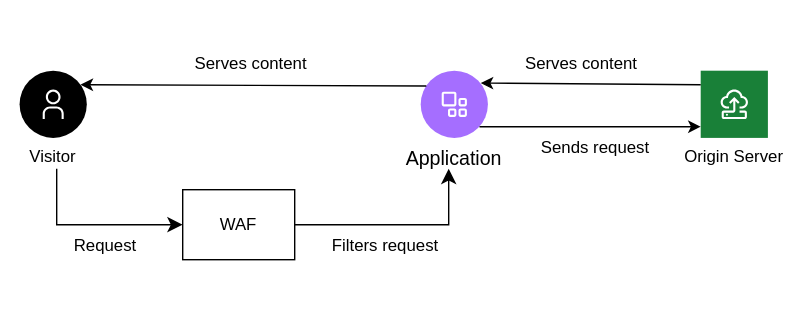
Before: images/ddos-waf.svg, a diagram exported from draw.io (ibm-cloud-docs/cis). Source tidied: cells renumbered, new cells last; positions are measured from the earlier drawing's top-left corner, leaving out a move shared by most shapes.
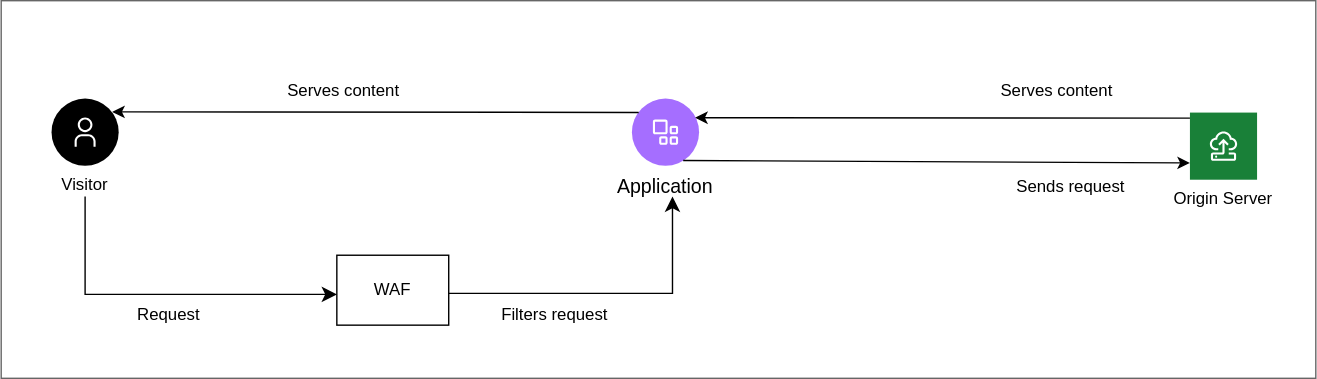
Later version of the same file.

Diff of the diagram source:
```diff
@@ -2,84 +2,80 @@
   <root>
     <mxCell id="0" />
     <mxCell id="1" parent="0" />
-    <mxCell id="2" style="rounded=0;whiteSpace=wrap;html=1;fillColor=default;strokeColor=none;" parent="1" vertex="1">
-      <mxGeometry width="570" height="235" as="geometry" />
-    </mxCell>
+    <mxCell id="21" style="rounded=0;whiteSpace=wrap;html=1;strokeColor=#666666;" parent="1" vertex="1">
+      <mxGeometry x="2210" y="-4190" width="940" height="270" as="geometry" />
+    </mxCell>
     <mxCell id="3" value="Visitor" style="shape=ellipse;fillColor=#000000;labelPosition=center;verticalLabelPosition=bottom;align=center;verticalAlign=top;strokeColor=none;fontSize=12;" parent="1" vertex="1">
-      <mxGeometry x="13.5" y="50" width="48" height="48" as="geometry" />
+      <mxGeometry x="2246" y="-4120" width="48" height="48" as="geometry" />
     </mxCell>
-    <mxCell id="4" style="fillColor=#ffffff;strokeColor=none;dashed=0;html=1;labelPosition=center;verticalLabelPosition=bottom;verticalAlign=top;shape=mxgraph.ibm_cloud.user;" parent="3" vertex="1">
-      <mxGeometry width="24" height="24" relative="1" as="geometry">
-        <mxPoint x="12" y="12" as="offset" />
-      </mxGeometry>
-    </mxCell>
+    <mxCell id="22" style="fillColor=#ffffff;strokeColor=none;dashed=0;html=1;labelPosition=center;verticalLabelPosition=bottom;verticalAlign=top;shape=mxgraph.ibm_cloud.user;" parent="3" vertex="1">
+      <mxGeometry width="24" height="24" relative="1" as="geometry">
+        <mxPoint x="12" y="12" as="offset" />
+      </mxGeometry>
+    </mxCell>
     <mxCell id="5" value="Origin Server&#10;" style="shape=rect;fillColor=#198038;labelPosition=center;verticalLabelPosition=bottom;align=center;verticalAlign=top;strokeColor=none;fontSize=12;" parent="1" vertex="1">
-      <mxGeometry x="500" y="50" width="48" height="48" as="geometry" />
+      <mxGeometry x="3060" y="-4110" width="48" height="48" as="geometry" />
     </mxCell>
-    <mxCell id="6" style="fillColor=#ffffff;strokeColor=none;dashed=0;html=1;labelPosition=center;verticalLabelPosition=bottom;verticalAlign=top;shape=mxgraph.ibm_cloud.ibm-cloud--virtual-server-classic;" parent="5" vertex="1">
-      <mxGeometry width="24" height="24" relative="1" as="geometry">
-        <mxPoint x="12" y="12" as="offset" />
-      </mxGeometry>
-    </mxCell>
-    <mxCell id="7" style="edgeStyle=segmentEdgeStyle;endArrow=classic;html=1;curved=0;rounded=0;endSize=8;startSize=8;" parent="1" edge="1">
-      <mxGeometry relative="1" as="geometry">
-        <mxPoint x="40" y="120" as="sourcePoint" />
-        <mxPoint x="130" y="160" as="targetPoint" />
-        <Array as="points">
-          <mxPoint x="40" y="160" />
-        </Array>
-      </mxGeometry>
-    </mxCell>
+    <mxCell id="23" style="fillColor=#ffffff;strokeColor=none;dashed=0;html=1;labelPosition=center;verticalLabelPosition=bottom;verticalAlign=top;shape=mxgraph.ibm_cloud.ibm-cloud--virtual-server-classic;" parent="5" vertex="1">
+      <mxGeometry width="24" height="24" relative="1" as="geometry">
+        <mxPoint x="12" y="12" as="offset" />
+      </mxGeometry>
+    </mxCell>
+    <mxCell id="24" style="edgeStyle=segmentEdgeStyle;endArrow=classic;html=1;curved=0;rounded=0;endSize=8;startSize=8;entryX=0.002;entryY=0.573;entryDx=0;entryDy=0;entryPerimeter=0;" parent="1" edge="1" target="26">
+      <mxGeometry relative="1" as="geometry">
+        <mxPoint x="2270" y="-4050.1" as="sourcePoint" />
+        <Array as="points">
+          <mxPoint x="2270" y="-3980" />
+          <mxPoint x="2450" y="-3980" />
+        </Array>
+      </mxGeometry>
+    </mxCell>
     <mxCell id="8" value="Request" style="text;html=1;align=center;verticalAlign=middle;whiteSpace=wrap;rounded=0;" parent="1" vertex="1">
-      <mxGeometry x="45.5" y="160" width="60" height="30" as="geometry" />
+      <mxGeometry x="2300" y="-3980" width="60" height="30" as="geometry" />
     </mxCell>
     <mxCell id="9" value="Application" style="shape=ellipse;fillColor=#A56EFF;labelPosition=center;verticalLabelPosition=bottom;align=center;verticalAlign=top;strokeColor=none;fontSize=14;" parent="1" vertex="1">
-      <mxGeometry x="300" y="50" width="48" height="48" as="geometry" />
+      <mxGeometry x="2661" y="-4120" width="48" height="48" as="geometry" />
     </mxCell>
-    <mxCell id="10" style="fillColor=#ffffff;strokeColor=none;dashed=0;html=1;labelPosition=center;verticalLabelPosition=bottom;verticalAlign=top;shape=mxgraph.ibm_cloud.application;" parent="9" vertex="1">
-      <mxGeometry width="24" height="24" relative="1" as="geometry">
-        <mxPoint x="12" y="12" as="offset" />
-      </mxGeometry>
-    </mxCell>
-    <mxCell id="11" style="rounded=0;whiteSpace=wrap;html=1;" parent="1" vertex="1">
-      <mxGeometry x="130" y="135" width="80" height="50" as="geometry" />
-    </mxCell>
+    <mxCell id="25" style="fillColor=#ffffff;strokeColor=none;dashed=0;html=1;labelPosition=center;verticalLabelPosition=bottom;verticalAlign=top;shape=mxgraph.ibm_cloud.application;" parent="9" vertex="1">
+      <mxGeometry width="24" height="24" relative="1" as="geometry">
+        <mxPoint x="12" y="12" as="offset" />
+      </mxGeometry>
+    </mxCell>
+    <mxCell id="26" style="rounded=0;whiteSpace=wrap;html=1;" parent="1" vertex="1">
+      <mxGeometry x="2450" y="-4008" width="80" height="50" as="geometry" />
+    </mxCell>
     <mxCell id="12" value="WAF" style="text;html=1;align=center;verticalAlign=middle;whiteSpace=wrap;rounded=0;" parent="1" vertex="1">
-      <mxGeometry x="140" y="145" width="60" height="30" as="geometry" />
+      <mxGeometry x="2460" y="-3998" width="60" height="30" as="geometry" />
     </mxCell>
-    <mxCell id="13" style="edgeStyle=segmentEdgeStyle;endArrow=classic;html=1;curved=0;rounded=0;endSize=8;startSize=8;exitX=1;exitY=0.5;exitDx=0;exitDy=0;" parent="1" edge="1" source="11">
-      <mxGeometry relative="1" as="geometry">
-        <mxPoint x="320" y="120" as="targetPoint" />
-      </mxGeometry>
-    </mxCell>
+    <mxCell id="27" style="edgeStyle=segmentEdgeStyle;endArrow=classic;html=1;curved=0;rounded=0;endSize=8;startSize=8;exitX=1;exitY=0.546;exitDx=0;exitDy=0;exitPerimeter=0;" parent="1" edge="1" source="26">
+      <mxGeometry relative="1" as="geometry">
+        <mxPoint x="2690" y="-4050" as="targetPoint" />
+      </mxGeometry>
+    </mxCell>
     <mxCell id="14" value="Filters request" style="text;html=1;align=center;verticalAlign=middle;whiteSpace=wrap;rounded=0;" parent="1" vertex="1">
-      <mxGeometry x="220" y="160" width="110" height="30" as="geometry" />
+      <mxGeometry x="2551" y="-3980" width="110" height="30" as="geometry" />
     </mxCell>
-    <mxCell id="15" style="endArrow=classic;html=1;rounded=0;" parent="1" edge="1">
-      <mxGeometry relative="1" as="geometry">
-        <mxPoint x="342" y="90" as="sourcePoint" />
-        <mxPoint x="500" y="90" as="targetPoint" />
-      </mxGeometry>
-    </mxCell>
-    <mxCell id="16" style="endArrow=classic;html=1;rounded=0;exitX=0.062;exitY=0.279;exitDx=0;exitDy=0;entryX=1.01;entryY=0.259;entryDx=0;entryDy=0;exitPerimeter=0;entryPerimeter=0;" parent="1" edge="1">
-      <mxGeometry relative="1" as="geometry">
-        <mxPoint x="304" y="61" as="sourcePoint" />
-        <mxPoint x="57" y="60" as="targetPoint" />
-      </mxGeometry>
-    </mxCell>
-    <mxCell id="17" value="Serves content" style="text;html=1;align=center;verticalAlign=middle;whiteSpace=wrap;rounded=0;" parent="1" vertex="1">
-      <mxGeometry x="123.5" y="30" width="110" height="30" as="geometry" />
-    </mxCell>
-    <mxCell id="18" value="Serves content" style="text;html=1;align=center;verticalAlign=middle;whiteSpace=wrap;rounded=0;" parent="1" vertex="1">
-      <mxGeometry x="360" y="30" width="110" height="30" as="geometry" />
-    </mxCell>
+    <mxCell id="28" style="endArrow=classic;html=1;rounded=0;exitX=0.764;exitY=0.922;exitDx=0;exitDy=0;exitPerimeter=0;" parent="1" edge="1" source="9">
+      <mxGeometry relative="1" as="geometry">
+        <mxPoint x="3060" y="-4074" as="targetPoint" />
+      </mxGeometry>
+    </mxCell>
+    <mxCell id="29" style="endArrow=classic;html=1;rounded=0;exitX=0.101;exitY=0.206;exitDx=0;exitDy=0;exitPerimeter=0;entryX=0.903;entryY=0.198;entryDx=0;entryDy=0;entryPerimeter=0;" parent="1" edge="1" source="9" target="3">
+      <mxGeometry relative="1" as="geometry" />
+    </mxCell>
+    <mxCell id="30" value="Serves content" style="text;html=1;align=center;verticalAlign=middle;whiteSpace=wrap;rounded=0;" parent="1" vertex="1">
+      <mxGeometry x="2400" y="-4140" width="110" height="30" as="geometry" />
+    </mxCell>
+    <mxCell id="31" value="Serves content" style="text;html=1;align=center;verticalAlign=middle;whiteSpace=wrap;rounded=0;" parent="1" vertex="1">
+      <mxGeometry x="2910" y="-4140" width="110" height="30" as="geometry" />
+    </mxCell>
     <mxCell id="19" value="Sends request" style="text;html=1;align=center;verticalAlign=middle;whiteSpace=wrap;rounded=0;" parent="1" vertex="1">
-      <mxGeometry x="370" y="90" width="110" height="30" as="geometry" />
+      <mxGeometry x="2920" y="-4072" width="110" height="30" as="geometry" />
     </mxCell>
-    <mxCell id="20" style="endArrow=classic;html=1;rounded=0;entryX=0.892;entryY=0.184;entryDx=0;entryDy=0;entryPerimeter=0;" parent="1" edge="1" target="9">
-      <mxGeometry relative="1" as="geometry">
-        <mxPoint x="500" y="60" as="sourcePoint" />
-      </mxGeometry>
-    </mxCell>
+    <mxCell id="32" style="endArrow=classic;html=1;rounded=0;entryX=0.942;entryY=0.285;entryDx=0;entryDy=0;entryPerimeter=0;" parent="1" edge="1" target="9">
+      <mxGeometry relative="1" as="geometry">
+        <mxPoint x="3060" y="-4106" as="sourcePoint" />
+      </mxGeometry>
+    </mxCell>
   </root>
 </mxGraphModel>
```
